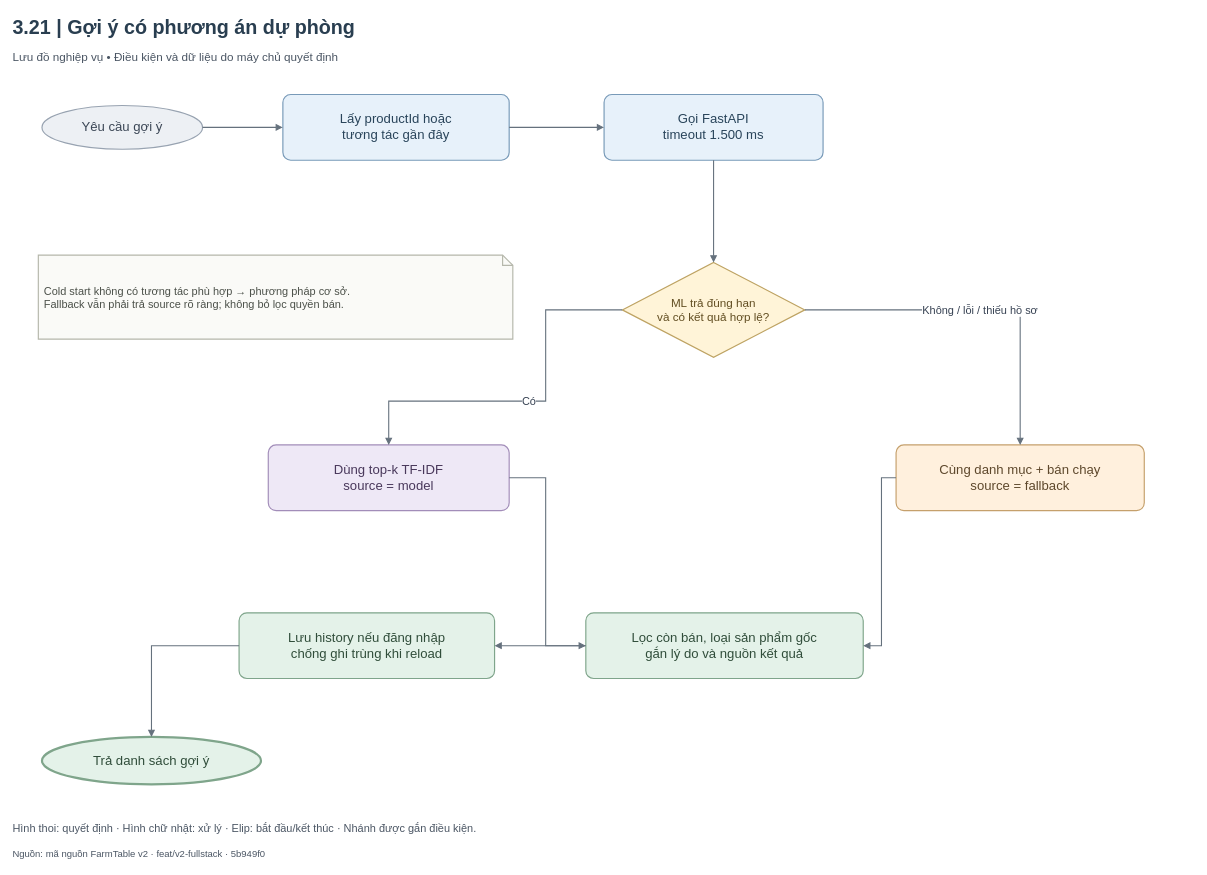
This is FarmTable_Chuong3/So_do_BA/drawio/Hinh_3_21.drawio from hathu1272006-eng/PTWnangcao, a draw.io file, before an edit. Source tidied: cells renumbered, new cells numbered last; positions are measured from the earlier drawing's top-left corner, leaving out a move shared by most shapes. Both pictures are drawn from the tidied source at 73%, with x=0, y=0 at pixel (12, 12).
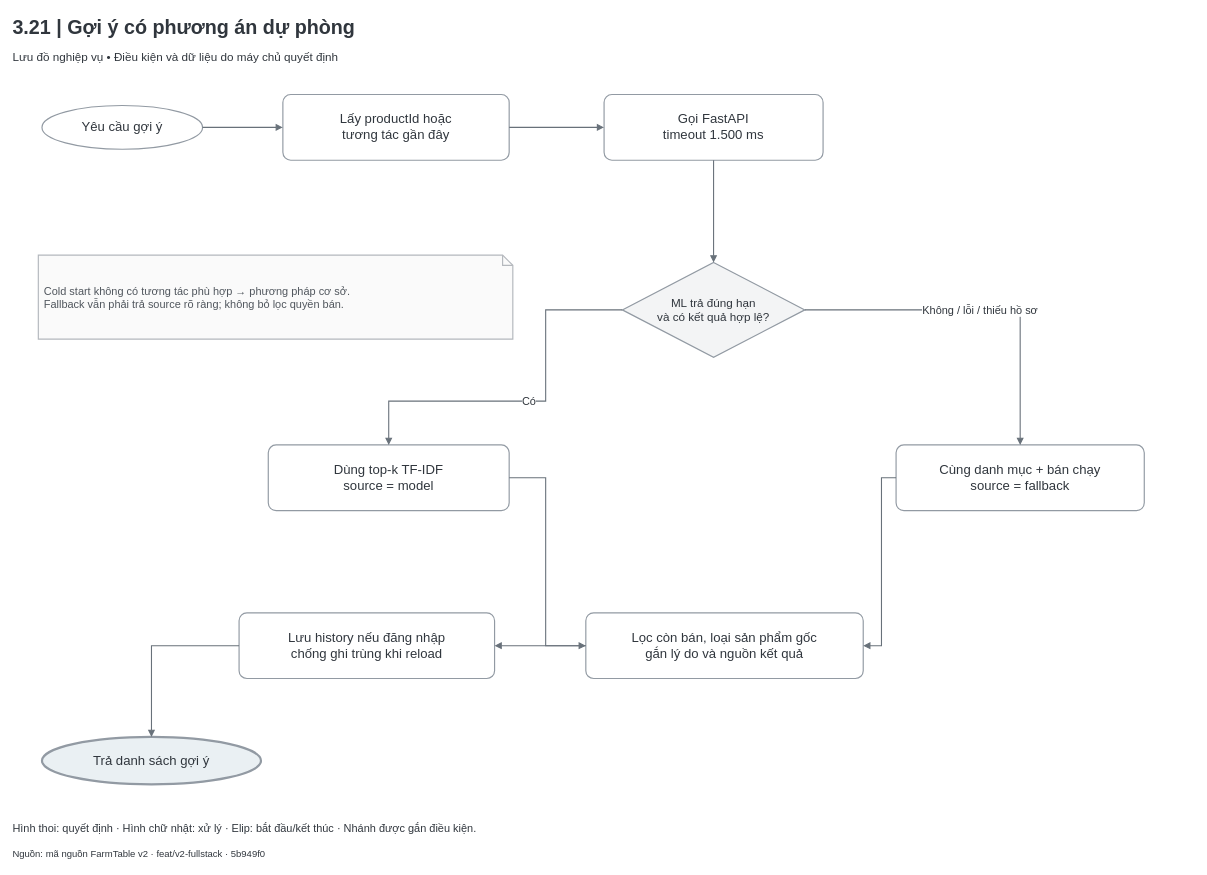
Above is the later version.

The edit, as a diff of the source:
```diff
@@
-    <mxCell id="2" value="3.21  |  Gợi ý có phương án dự phòng" style="html=1;whiteSpace=wrap;fontFamily=Arial;fontSize=18;strokeColor=#245C47;strokeWidth=1.6;fillColor=#FFFFFF;spacing=8;text;strokeColor=none;fillColor=none;align=left;verticalAlign=middle;fontSize=27;fontStyle=1;spacing=0;fontColor=#293E50;" parent="1" vertex="1">
+    <mxCell id="2" value="3.21  |  Gợi ý có phương án dự phòng" style="html=1;whiteSpace=wrap;fontFamily=Arial;fontSize=18;strokeColor=#245C47;strokeWidth=1.6;fillColor=#FFFFFF;spacing=8;text;strokeColor=none;fillColor=none;align=left;verticalAlign=middle;fontSize=27;fontStyle=1;spacing=0;fontColor=#30363D;" parent="1" vertex="1">
       <mxGeometry width="1620" height="40" as="geometry" />
     </mxCell>
-    <mxCell id="3" value="Lưu đồ nghiệp vụ  •  Điều kiện và dữ liệu do máy chủ quyết định" style="html=1;whiteSpace=wrap;fontFamily=Arial;fontSize=18;strokeColor=#245C47;strokeWidth=1.6;fillColor=#FFFFFF;spacing=8;text;strokeColor=none;fillColor=none;align=left;verticalAlign=middle;fontSize=16;fontStyle=0;spacing=0;fontColor=#4A5563;" parent="1" vertex="1">
+    <mxCell id="3" value="Lưu đồ nghiệp vụ  •  Điều kiện và dữ liệu do máy chủ quyết định" style="html=1;whiteSpace=wrap;fontFamily=Arial;fontSize=18;strokeColor=#245C47;strokeWidth=1.6;fillColor=#FFFFFF;spacing=8;text;strokeColor=none;fillColor=none;align=left;verticalAlign=middle;fontSize=16;fontStyle=0;spacing=0;fontColor=#30363D;" parent="1" vertex="1">
       <mxGeometry y="47" width="1620" height="28" as="geometry" />
     </mxCell>
-    <mxCell id="4" value="Yêu cầu gợi ý" style="html=1;whiteSpace=wrap;fontFamily=Arial;fontSize=18;strokeWidth=1.6;spacing=8;ellipse;fillColor=#EDF0F4;strokeColor=#98A3B1;fontColor=#3B4655;" parent="1" vertex="1">
+    <mxCell id="4" value="Yêu cầu gợi ý" style="html=1;whiteSpace=wrap;fontFamily=Arial;fontSize=18;strokeWidth=1.6;spacing=8;ellipse;fillColor=#FFFFFF;strokeColor=#929AA3;fontColor=#30363D;" parent="1" vertex="1">
       <mxGeometry x="40" y="127" width="220" height="60" as="geometry" />
     </mxCell>
-    <mxCell id="5" value="Lấy productId hoặc&lt;br/&gt;tương tác gần đây" style="html=1;whiteSpace=wrap;fontFamily=Arial;fontSize=18;strokeWidth=1.6;spacing=8;rounded=1;arcSize=12;fillColor=#E7F1FA;strokeColor=#789AB8;fontColor=#29445A;" parent="1" vertex="1">
+    <mxCell id="5" value="Lấy productId hoặc&lt;br/&gt;tương tác gần đây" style="html=1;whiteSpace=wrap;fontFamily=Arial;fontSize=18;strokeWidth=1.6;spacing=8;rounded=1;arcSize=12;fillColor=#FFFFFF;strokeColor=#929AA3;fontColor=#30363D;" parent="1" vertex="1">
       <mxGeometry x="370" y="112" width="310" height="90" as="geometry" />
     </mxCell>
-    <mxCell id="6" value="Gọi FastAPI&lt;br/&gt;timeout 1.500 ms" style="html=1;whiteSpace=wrap;fontFamily=Arial;fontSize=18;strokeWidth=1.6;spacing=8;rounded=1;arcSize=12;fillColor=#E7F1FA;strokeColor=#789AB8;fontColor=#29445A;" parent="1" vertex="1">
+    <mxCell id="6" value="Gọi FastAPI&lt;br/&gt;timeout 1.500 ms" style="html=1;whiteSpace=wrap;fontFamily=Arial;fontSize=18;strokeWidth=1.6;spacing=8;rounded=1;arcSize=12;fillColor=#FFFFFF;strokeColor=#929AA3;fontColor=#30363D;" parent="1" vertex="1">
       <mxGeometry x="810" y="112" width="300" height="90" as="geometry" />
     </mxCell>
-    <mxCell id="7" value="ML trả đúng hạn&lt;br/&gt;và có kết quả hợp lệ?" style="html=1;whiteSpace=wrap;fontFamily=Arial;fontSize=18;strokeWidth=1.6;spacing=8;rhombus;fontSize=16;spacing=3;fillColor=#FFF4D8;strokeColor=#BEA363;fontColor=#624E22;" parent="1" vertex="1">
+    <mxCell id="7" value="ML trả đúng hạn&lt;br/&gt;và có kết quả hợp lệ?" style="html=1;whiteSpace=wrap;fontFamily=Arial;fontSize=18;strokeWidth=1.6;spacing=8;rhombus;fontSize=16;spacing=3;fillColor=#F3F4F5;strokeColor=#929AA3;fontColor=#30363D;" parent="1" vertex="1">
       <mxGeometry x="835" y="342" width="250" height="130" as="geometry" />
     </mxCell>
-    <mxCell id="8" value="Dùng top-k TF-IDF&lt;br/&gt;source = model" style="html=1;whiteSpace=wrap;fontFamily=Arial;fontSize=18;strokeWidth=1.6;spacing=8;rounded=1;arcSize=12;fillColor=#EEE8F6;strokeColor=#A28DB9;fontColor=#49385B;" parent="1" vertex="1">
+    <mxCell id="8" value="Dùng top-k TF-IDF&lt;br/&gt;source = model" style="html=1;whiteSpace=wrap;fontFamily=Arial;fontSize=18;strokeWidth=1.6;spacing=8;rounded=1;arcSize=12;fillColor=#FFFFFF;strokeColor=#929AA3;fontColor=#30363D;" parent="1" vertex="1">
       <mxGeometry x="350" y="592" width="330" height="90" as="geometry" />
     </mxCell>
-    <mxCell id="9" value="Cùng danh mục + bán chạy&lt;br/&gt;source = fallback" style="html=1;whiteSpace=wrap;fontFamily=Arial;fontSize=18;strokeWidth=1.6;spacing=8;rounded=1;arcSize=12;fillColor=#FFF0DD;strokeColor=#C5A06C;fontColor=#5E482C;" parent="1" vertex="1">
+    <mxCell id="9" value="Cùng danh mục + bán chạy&lt;br/&gt;source = fallback" style="html=1;whiteSpace=wrap;fontFamily=Arial;fontSize=18;strokeWidth=1.6;spacing=8;rounded=1;arcSize=12;fillColor=#FFFFFF;strokeColor=#929AA3;fontColor=#30363D;" parent="1" vertex="1">
       <mxGeometry x="1210" y="592" width="340" height="90" as="geometry" />
     </mxCell>
-    <mxCell id="10" value="Lọc còn bán, loại sản phẩm gốc&lt;br/&gt;gắn lý do và nguồn kết quả" style="html=1;whiteSpace=wrap;fontFamily=Arial;fontSize=18;strokeWidth=1.6;spacing=8;rounded=1;arcSize=12;fillColor=#E4F2E9;strokeColor=#7FA58B;fontColor=#304D3A;" parent="1" vertex="1">
+    <mxCell id="10" value="Lọc còn bán, loại sản phẩm gốc&lt;br/&gt;gắn lý do và nguồn kết quả" style="html=1;whiteSpace=wrap;fontFamily=Arial;fontSize=18;strokeWidth=1.6;spacing=8;rounded=1;arcSize=12;fillColor=#FFFFFF;strokeColor=#929AA3;fontColor=#30363D;" parent="1" vertex="1">
       <mxGeometry x="785" y="822" width="380" height="90" as="geometry" />
     </mxCell>
-    <mxCell id="11" value="Lưu history nếu đăng nhập&lt;br/&gt;chống ghi trùng khi reload" style="html=1;whiteSpace=wrap;fontFamily=Arial;fontSize=18;strokeWidth=1.6;spacing=8;rounded=1;arcSize=12;fillColor=#E4F2E9;strokeColor=#7FA58B;fontColor=#304D3A;" parent="1" vertex="1">
+    <mxCell id="11" value="Lưu history nếu đăng nhập&lt;br/&gt;chống ghi trùng khi reload" style="html=1;whiteSpace=wrap;fontFamily=Arial;fontSize=18;strokeWidth=1.6;spacing=8;rounded=1;arcSize=12;fillColor=#FFFFFF;strokeColor=#929AA3;fontColor=#30363D;" parent="1" vertex="1">
       <mxGeometry x="310" y="822" width="350" height="90" as="geometry" />
     </mxCell>
-    <mxCell id="12" value="Trả danh sách gợi ý" style="html=1;whiteSpace=wrap;fontFamily=Arial;fontSize=18;strokeWidth=1.6;spacing=8;ellipse;strokeWidth=3;fillColor=#E4F2E9;strokeColor=#7FA58B;fontColor=#304D3A;" parent="1" vertex="1">
+    <mxCell id="12" value="Trả danh sách gợi ý" style="html=1;whiteSpace=wrap;fontFamily=Arial;fontSize=18;strokeWidth=1.6;spacing=8;ellipse;strokeWidth=3;fillColor=#EAF0F3;strokeColor=#929AA3;fontColor=#30363D;" parent="1" vertex="1">
       <mxGeometry x="40" y="992" width="300" height="65" as="geometry" />
     </mxCell>
-    <mxCell id="13" style="edgeStyle=orthogonalEdgeStyle;rounded=0;jettySize=20;html=1;fontFamily=Arial;fontSize=15;labelBackgroundColor=#FFFFFF;strokeWidth=1.5;endArrow=block;endFill=1;exitX=1;exitY=0.5;entryX=0;entryY=0.5;exitDx=0;exitDy=0;entryDx=0;entryDy=0;strokeColor=#65717D;fontColor=#364152;" parent="1" edge="1" source="4" target="5">
+    <mxCell id="13" style="edgeStyle=orthogonalEdgeStyle;rounded=0;jettySize=20;html=1;fontFamily=Arial;fontSize=15;labelBackgroundColor=#FFFFFF;strokeWidth=1.5;endArrow=block;endFill=1;exitX=1;exitY=0.5;entryX=0;entryY=0.5;exitDx=0;exitDy=0;entryDx=0;entryDy=0;strokeColor=#68717A;fontColor=#30363D;" parent="1" edge="1" source="4" target="5">
       <mxGeometry relative="1" as="geometry" />
     </mxCell>
-    <mxCell id="14" style="edgeStyle=orthogonalEdgeStyle;rounded=0;jettySize=20;html=1;fontFamily=Arial;fontSize=15;labelBackgroundColor=#FFFFFF;strokeWidth=1.5;endArrow=block;endFill=1;exitX=1;exitY=0.5;entryX=0;entryY=0.5;exitDx=0;exitDy=0;entryDx=0;entryDy=0;strokeColor=#65717D;fontColor=#364152;" parent="1" edge="1" source="5" target="6">
+    <mxCell id="14" style="edgeStyle=orthogonalEdgeStyle;rounded=0;jettySize=20;html=1;fontFamily=Arial;fontSize=15;labelBackgroundColor=#FFFFFF;strokeWidth=1.5;endArrow=block;endFill=1;exitX=1;exitY=0.5;entryX=0;entryY=0.5;exitDx=0;exitDy=0;entryDx=0;entryDy=0;strokeColor=#68717A;fontColor=#30363D;" parent="1" edge="1" source="5" target="6">
       <mxGeometry relative="1" as="geometry" />
     </mxCell>
-    <mxCell id="15" style="edgeStyle=orthogonalEdgeStyle;rounded=0;jettySize=20;html=1;fontFamily=Arial;fontSize=15;labelBackgroundColor=#FFFFFF;strokeWidth=1.5;endArrow=block;endFill=1;exitX=0.5;exitY=1;entryX=0.5;entryY=0;exitDx=0;exitDy=0;entryDx=0;entryDy=0;strokeColor=#65717D;fontColor=#364152;" parent="1" edge="1" source="6" target="7">
+    <mxCell id="15" style="edgeStyle=orthogonalEdgeStyle;rounded=0;jettySize=20;html=1;fontFamily=Arial;fontSize=15;labelBackgroundColor=#FFFFFF;strokeWidth=1.5;endArrow=block;endFill=1;exitX=0.5;exitY=1;entryX=0.5;entryY=0;exitDx=0;exitDy=0;entryDx=0;entryDy=0;strokeColor=#68717A;fontColor=#30363D;" parent="1" edge="1" source="6" target="7">
       <mxGeometry relative="1" as="geometry" />
     </mxCell>
-    <mxCell id="16" value="Có" style="edgeStyle=orthogonalEdgeStyle;rounded=0;jettySize=20;html=1;fontFamily=Arial;fontSize=15;labelBackgroundColor=#FFFFFF;strokeWidth=1.5;endArrow=block;endFill=1;exitX=0;exitY=0.5;entryX=0.5;entryY=0;exitDx=0;exitDy=0;entryDx=0;entryDy=0;strokeColor=#65717D;fontColor=#364152;" parent="1" edge="1" source="7" target="8">
+    <mxCell id="16" value="Có" style="edgeStyle=orthogonalEdgeStyle;rounded=0;jettySize=20;html=1;fontFamily=Arial;fontSize=15;labelBackgroundColor=#FFFFFF;strokeWidth=1.5;endArrow=block;endFill=1;exitX=0;exitY=0.5;entryX=0.5;entryY=0;exitDx=0;exitDy=0;entryDx=0;entryDy=0;strokeColor=#68717A;fontColor=#30363D;" parent="1" edge="1" source="7" target="8">
       <mxGeometry relative="1" as="geometry">
         <Array as="points">
           <mxPoint x="730" y="407" />
           <mxPoint x="730" y="532" />
           <mxPoint x="515" y="532" />
         </Array>
       </mxGeometry>
     </mxCell>
-    <mxCell id="17" value="Không / lỗi / thiếu hồ sơ" style="edgeStyle=orthogonalEdgeStyle;rounded=0;jettySize=20;html=1;fontFamily=Arial;fontSize=15;labelBackgroundColor=#FFFFFF;strokeWidth=1.5;endArrow=block;endFill=1;exitX=1;exitY=0.5;entryX=0.5;entryY=0;exitDx=0;exitDy=0;entryDx=0;entryDy=0;strokeColor=#65717D;fontColor=#364152;" parent="1" edge="1" source="7" target="9">
+    <mxCell id="17" value="Không / lỗi / thiếu hồ sơ" style="edgeStyle=orthogonalEdgeStyle;rounded=0;jettySize=20;html=1;fontFamily=Arial;fontSize=15;labelBackgroundColor=#FFFFFF;strokeWidth=1.5;endArrow=block;endFill=1;exitX=1;exitY=0.5;entryX=0.5;entryY=0;exitDx=0;exitDy=0;entryDx=0;entryDy=0;strokeColor=#68717A;fontColor=#30363D;" parent="1" edge="1" source="7" target="9">
       <mxGeometry relative="1" as="geometry" />
     </mxCell>
-    <mxCell id="18" style="edgeStyle=orthogonalEdgeStyle;rounded=0;jettySize=20;html=1;fontFamily=Arial;fontSize=15;labelBackgroundColor=#FFFFFF;strokeWidth=1.5;endArrow=block;endFill=1;exitX=1;exitY=0.5;entryX=0;entryY=0.5;exitDx=0;exitDy=0;entryDx=0;entryDy=0;strokeColor=#65717D;fontColor=#364152;" parent="1" edge="1" source="8" target="10">
+    <mxCell id="18" style="edgeStyle=orthogonalEdgeStyle;rounded=0;jettySize=20;html=1;fontFamily=Arial;fontSize=15;labelBackgroundColor=#FFFFFF;strokeWidth=1.5;endArrow=block;endFill=1;exitX=1;exitY=0.5;entryX=0;entryY=0.5;exitDx=0;exitDy=0;entryDx=0;entryDy=0;strokeColor=#68717A;fontColor=#30363D;" parent="1" edge="1" source="8" target="10">
       <mxGeometry relative="1" as="geometry">
         <Array as="points">
           <mxPoint x="730" y="637" />
           <mxPoint x="730" y="867" />
         </Array>
       </mxGeometry>
     </mxCell>
-    <mxCell id="19" style="edgeStyle=orthogonalEdgeStyle;rounded=0;jettySize=20;html=1;fontFamily=Arial;fontSize=15;labelBackgroundColor=#FFFFFF;strokeWidth=1.5;endArrow=block;endFill=1;exitX=0;exitY=0.5;entryX=1;entryY=0.5;exitDx=0;exitDy=0;entryDx=0;entryDy=0;strokeColor=#65717D;fontColor=#364152;" parent="1" edge="1" source="9" target="10">
+    <mxCell id="19" style="edgeStyle=orthogonalEdgeStyle;rounded=0;jettySize=20;html=1;fontFamily=Arial;fontSize=15;labelBackgroundColor=#FFFFFF;strokeWidth=1.5;endArrow=block;endFill=1;exitX=0;exitY=0.5;entryX=1;entryY=0.5;exitDx=0;exitDy=0;entryDx=0;entryDy=0;strokeColor=#68717A;fontColor=#30363D;" parent="1" edge="1" source="9" target="10">
       <mxGeometry relative="1" as="geometry">
         <Array as="points">
           <mxPoint x="1190" y="637" />
           <mxPoint x="1190" y="867" />
         </Array>
       </mxGeometry>
     </mxCell>
-    <mxCell id="20" style="edgeStyle=orthogonalEdgeStyle;rounded=0;jettySize=20;html=1;fontFamily=Arial;fontSize=15;labelBackgroundColor=#FFFFFF;strokeWidth=1.5;endArrow=block;endFill=1;exitX=0;exitY=0.5;entryX=1;entryY=0.5;exitDx=0;exitDy=0;entryDx=0;entryDy=0;strokeColor=#65717D;fontColor=#364152;" parent="1" edge="1" source="10" target="11">
+    <mxCell id="20" style="edgeStyle=orthogonalEdgeStyle;rounded=0;jettySize=20;html=1;fontFamily=Arial;fontSize=15;labelBackgroundColor=#FFFFFF;strokeWidth=1.5;endArrow=block;endFill=1;exitX=0;exitY=0.5;entryX=1;entryY=0.5;exitDx=0;exitDy=0;entryDx=0;entryDy=0;strokeColor=#68717A;fontColor=#30363D;" parent="1" edge="1" source="10" target="11">
       <mxGeometry relative="1" as="geometry" />
     </mxCell>
-    <mxCell id="21" style="edgeStyle=orthogonalEdgeStyle;rounded=0;jettySize=20;html=1;fontFamily=Arial;fontSize=15;labelBackgroundColor=#FFFFFF;strokeWidth=1.5;endArrow=block;endFill=1;exitX=0;exitY=0.5;entryX=0.5;entryY=0;exitDx=0;exitDy=0;entryDx=0;entryDy=0;strokeColor=#65717D;fontColor=#364152;" parent="1" edge="1" source="11" target="12">
+    <mxCell id="21" style="edgeStyle=orthogonalEdgeStyle;rounded=0;jettySize=20;html=1;fontFamily=Arial;fontSize=15;labelBackgroundColor=#FFFFFF;strokeWidth=1.5;endArrow=block;endFill=1;exitX=0;exitY=0.5;entryX=0.5;entryY=0;exitDx=0;exitDy=0;entryDx=0;entryDy=0;strokeColor=#68717A;fontColor=#30363D;" parent="1" edge="1" source="11" target="12">
       <mxGeometry relative="1" as="geometry" />
     </mxCell>
-    <mxCell id="22" value="Cold start không có tương tác phù hợp → phương pháp cơ sở.&lt;br/&gt;Fallback vẫn phải trả source rõ ràng; không bỏ lọc quyền bán." style="html=1;whiteSpace=wrap;fontFamily=Arial;fontSize=18;strokeWidth=1.6;spacing=8;shape=note;size=14;align=left;fontSize=15;fillColor=#FAFAF7;strokeColor=#B5B7AB;fontColor=#4B5049;" parent="1" vertex="1">
+    <mxCell id="22" value="Cold start không có tương tác phù hợp → phương pháp cơ sở.&lt;br/&gt;Fallback vẫn phải trả source rõ ràng; không bỏ lọc quyền bán." style="html=1;whiteSpace=wrap;fontFamily=Arial;fontSize=18;strokeWidth=1.6;spacing=8;shape=note;size=14;align=left;fontSize=15;fillColor=#FAFAFA;strokeColor=#B4B8BD;fontColor=#50565D;" parent="1" vertex="1">
       <mxGeometry x="35" y="332" width="650" height="115" as="geometry" />
     </mxCell>
-    <mxCell id="23" value="Hình thoi: quyết định · Hình chữ nhật: xử lý · Elip: bắt đầu/kết thúc · Nhánh được gắn điều kiện." style="html=1;whiteSpace=wrap;fontFamily=Arial;fontSize=18;strokeColor=#245C47;strokeWidth=1.6;fillColor=#FFFFFF;spacing=8;text;strokeColor=none;fillColor=none;align=left;verticalAlign=middle;fontSize=15;fontStyle=0;spacing=0;fontColor=#4A5563;" parent="1" vertex="1">
+    <mxCell id="23" value="Hình thoi: quyết định · Hình chữ nhật: xử lý · Elip: bắt đầu/kết thúc · Nhánh được gắn điều kiện." style="html=1;whiteSpace=wrap;fontFamily=Arial;fontSize=18;strokeColor=#245C47;strokeWidth=1.6;fillColor=#FFFFFF;spacing=8;text;strokeColor=none;fillColor=none;align=left;verticalAlign=middle;fontSize=15;fontStyle=0;spacing=0;fontColor=#30363D;" parent="1" vertex="1">
       <mxGeometry y="1099" width="1620" height="35" as="geometry" />
     </mxCell>
-    <mxCell id="24" value="Nguồn: mã nguồn FarmTable v2 · feat/v2-fullstack · 5b949f0" style="html=1;whiteSpace=wrap;fontFamily=Arial;fontSize=18;strokeColor=#245C47;strokeWidth=1.6;fillColor=#FFFFFF;spacing=8;text;strokeColor=none;fillColor=none;align=left;verticalAlign=middle;fontSize=13;fontStyle=0;spacing=0;fontColor=#4A5563;" parent="1" vertex="1">
+    <mxCell id="24" value="Nguồn: mã nguồn FarmTable v2 · feat/v2-fullstack · 5b949f0" style="html=1;whiteSpace=wrap;fontFamily=Arial;fontSize=18;strokeColor=#245C47;strokeWidth=1.6;fillColor=#FFFFFF;spacing=8;text;strokeColor=none;fillColor=none;align=left;verticalAlign=middle;fontSize=13;fontStyle=0;spacing=0;fontColor=#30363D;" parent="1" vertex="1">
       <mxGeometry y="1140" width="1620" height="24" as="geometry" />
     </mxCell>
```
